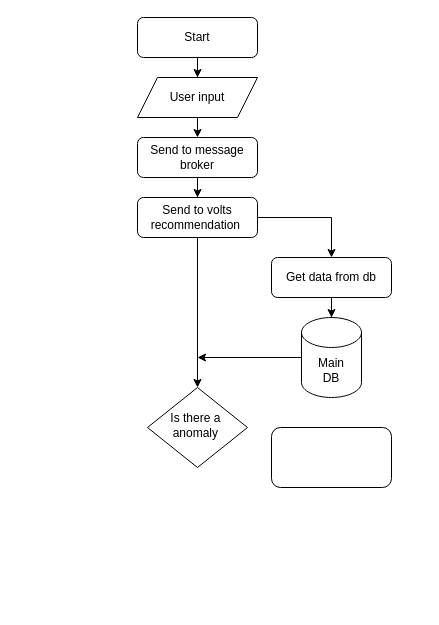
Above: documentation/volts_recomendation_flowchart.drawio in 100volts/100volts-desktop (draw.io), before the change. Source tidied: cells renumbered, new cells numbered last; positions are measured from the earlier drawing's top-left corner, leaving out a move shared by most shapes. Both pictures are drawn from the tidied source at 100%, with x=0, y=0 at pixel (137, 17).
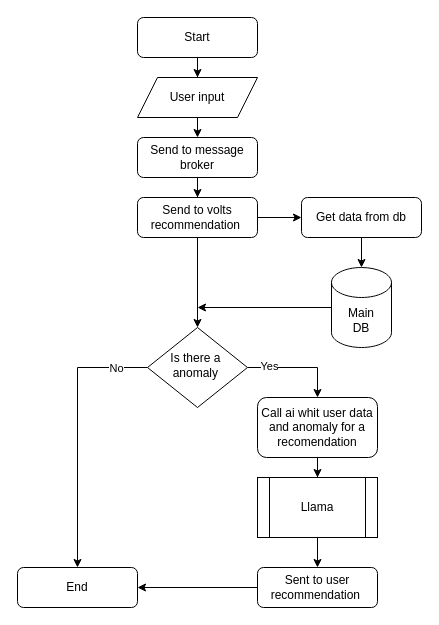
After the change.

The change refers to these unchanged cells:
```xml
<mxCell id="7" value="Send to volts recommendation&amp;nbsp;" style="rounded=1;whiteSpace=wrap;html=1;fontSize=12;glass=0;strokeWidth=1;shadow=0;" parent="1" vertex="1">
  <mxGeometry y="180" width="120" height="40" as="geometry" />
</mxCell>
```

Change to the diagram source:
```diff
@@
-    <mxCell id="5" style="edgeStyle=orthogonalEdgeStyle;rounded=0;jettySize=auto;html=1;entryX=0.5;entryY=0;entryDx=0;entryDy=0;" parent="1" edge="1" source="7" target="9">
+    <mxCell id="5" style="edgeStyle=orthogonalEdgeStyle;rounded=0;jettySize=auto;html=1;entryX=0;entryY=0.5;entryDx=0;entryDy=0;" parent="1" edge="1" source="7" target="9">
       <mxGeometry relative="1" as="geometry" />
     </mxCell>
@@
+    <mxCell id="17" style="edgeStyle=orthogonalEdgeStyle;rounded=0;jettySize=auto;html=1;entryX=0.5;entryY=0;entryDx=0;entryDy=0;" parent="1" edge="1" source="8" target="16">
+      <mxGeometry relative="1" as="geometry" />
+    </mxCell>
+    <mxCell id="18" value="No" style="edgeLabel;html=1;align=center;verticalAlign=middle;" parent="17" vertex="1">
+      <mxGeometry x="-0.76" y="2" relative="1" as="geometry">
+        <mxPoint y="-2" as="offset" />
+      </mxGeometry>
+    </mxCell>
+    <mxCell id="19" style="edgeStyle=orthogonalEdgeStyle;rounded=0;jettySize=auto;html=1;entryX=0.5;entryY=0;entryDx=0;entryDy=0;" parent="1" edge="1" source="8" target="22">
+      <mxGeometry relative="1" as="geometry" />
+    </mxCell>
+    <mxCell id="20" value="Yes" style="edgeLabel;html=1;align=center;verticalAlign=middle;" parent="19" vertex="1">
+      <mxGeometry x="-0.58" y="2" relative="1" as="geometry" />
+    </mxCell>
     <mxCell id="8" value="Is there a&amp;nbsp;&lt;div&gt;anomaly&amp;nbsp;&lt;/div&gt;" style="rhombus;whiteSpace=wrap;html=1;shadow=0;fontFamily=Helvetica;fontSize=12;align=center;strokeWidth=1;spacing=6;spacingTop=-4;" parent="1" vertex="1">
-      <mxGeometry x="10" y="370" width="100" height="80" as="geometry" />
+      <mxGeometry x="10" y="310" width="100" height="80" as="geometry" />
     </mxCell>
     <mxCell id="9" value="Get data from db" style="rounded=1;whiteSpace=wrap;html=1;fontSize=12;glass=0;strokeWidth=1;shadow=0;" parent="1" vertex="1">
-      <mxGeometry x="134" y="240" width="120" height="40" as="geometry" />
+      <mxGeometry x="164" y="180" width="120" height="40" as="geometry" />
     </mxCell>
@@
     <mxCell id="11" style="edgeStyle=orthogonalEdgeStyle;rounded=0;jettySize=auto;html=1;" parent="1" edge="1" source="12">
       <mxGeometry relative="1" as="geometry">
-        <mxPoint x="60" y="340" as="targetPoint" />
+        <mxPoint x="60" y="290" as="targetPoint" />
       </mxGeometry>
     </mxCell>
     <mxCell id="12" value="Main&lt;div&gt;DB&lt;/div&gt;" style="shape=cylinder3;whiteSpace=wrap;html=1;boundedLbl=1;backgroundOutline=1;size=15;" parent="1" vertex="1">
-      <mxGeometry x="164" y="300" width="60" height="80" as="geometry" />
+      <mxGeometry x="194" y="250" width="60" height="80" as="geometry" />
     </mxCell>
@@
-    <mxCell id="16" style="rounded=1;whiteSpace=wrap;html=1;" parent="1" vertex="1">
-      <mxGeometry x="134" y="410" width="120" height="60" as="geometry" />
+    <mxCell id="16" value="End" style="rounded=1;whiteSpace=wrap;html=1;" parent="1" vertex="1">
+      <mxGeometry x="-120" y="550" width="120" height="40" as="geometry" />
     </mxCell>
+    <mxCell id="21" style="edgeStyle=orthogonalEdgeStyle;rounded=0;jettySize=auto;html=1;" parent="1" edge="1" source="22" target="24">
+      <mxGeometry relative="1" as="geometry" />
+    </mxCell>
+    <mxCell id="22" value="Call ai whit user data and anomaly for a recomendation" style="rounded=1;whiteSpace=wrap;html=1;" parent="1" vertex="1">
+      <mxGeometry x="120" y="380" width="120" height="60" as="geometry" />
+    </mxCell>
+    <mxCell id="23" style="edgeStyle=orthogonalEdgeStyle;rounded=0;jettySize=auto;html=1;entryX=0.5;entryY=0;entryDx=0;entryDy=0;" parent="1" edge="1" source="24" target="26">
+      <mxGeometry relative="1" as="geometry" />
+    </mxCell>
+    <mxCell id="24" value="Llama" style="shape=process;whiteSpace=wrap;html=1;backgroundOutline=1;" parent="1" vertex="1">
+      <mxGeometry x="120" y="460" width="120" height="60" as="geometry" />
+    </mxCell>
+    <mxCell id="25" style="edgeStyle=orthogonalEdgeStyle;rounded=0;jettySize=auto;html=1;entryX=1;entryY=0.5;entryDx=0;entryDy=0;" parent="1" edge="1" source="26" target="16">
+      <mxGeometry relative="1" as="geometry" />
+    </mxCell>
+    <mxCell id="26" value="Sent to user&lt;div&gt;recommendation&amp;nbsp;&lt;/div&gt;" style="rounded=1;whiteSpace=wrap;html=1;" parent="1" vertex="1">
+      <mxGeometry x="120" y="550" width="120" height="40" as="geometry" />
+    </mxCell>
```
